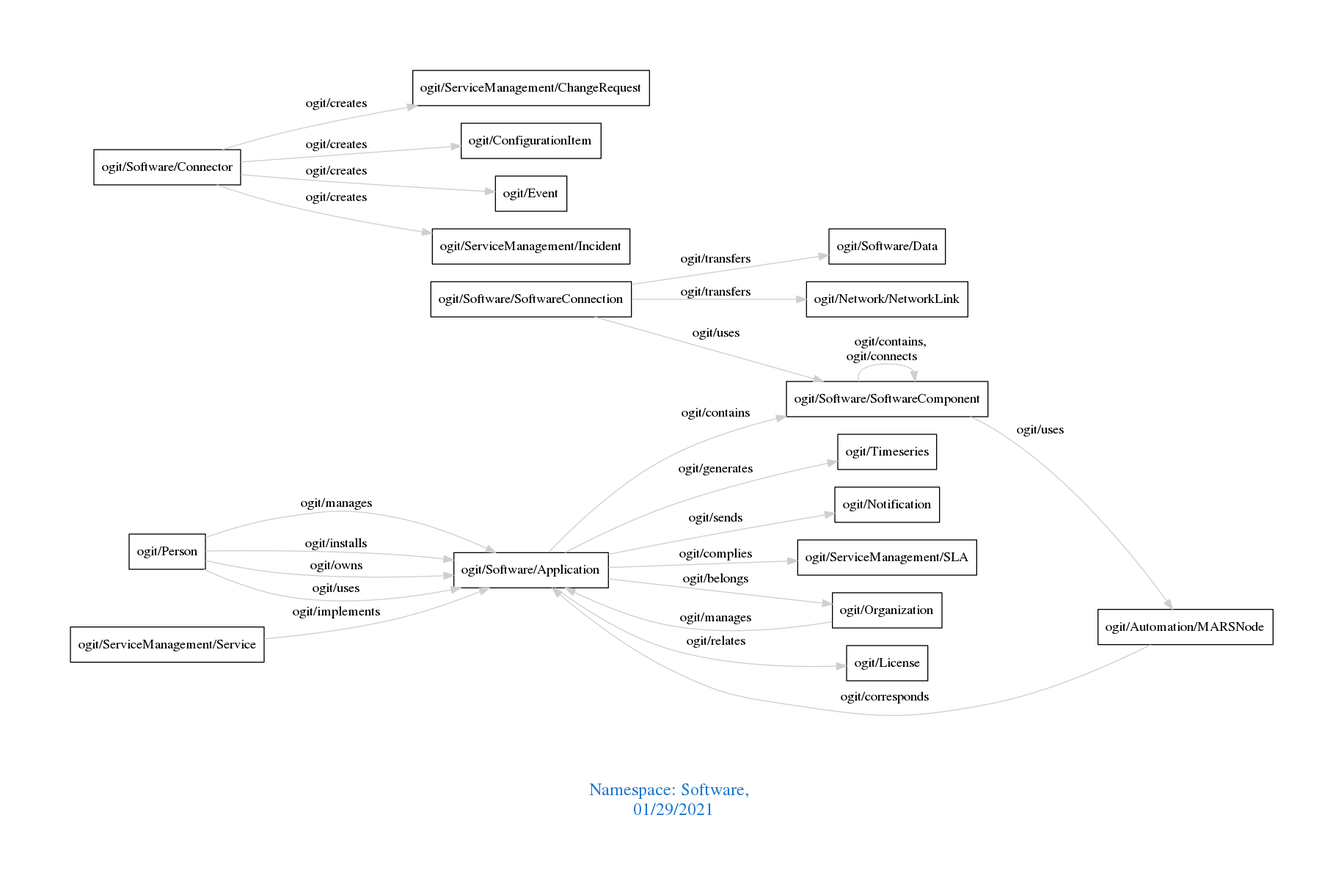
This is downloads/Software.png from arago/OGIT, a Graphviz export, as it was before one commit. Its source is kept beside it as downloads/Software.dot.
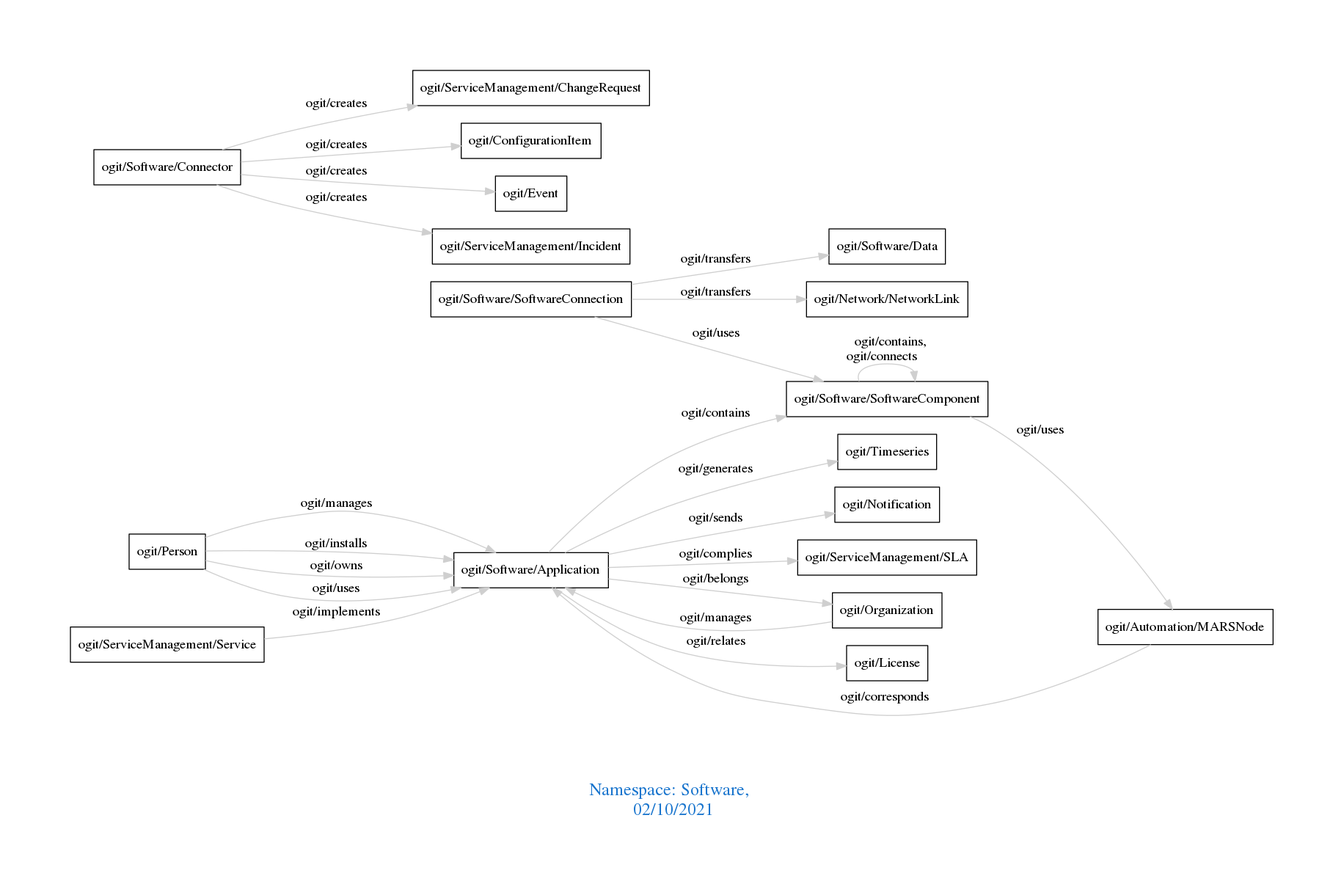
The same diagram one commit later.

What changed in the source:
```diff
@@ -1,7 +1,7 @@
 digraph OGIT_ontology {
  graph [ rankdir= LR,pad=1
 fontsize = 18,
-fontcolor= dodgerblue3,label = "\n\n\nNamespace: Software, \n 01/29/2021"];
+fontcolor= dodgerblue3,label = "\n\n\nNamespace: Software, \n 02/10/2021"];
 node[shape=polygon];
 edge [  color="gray81"];
 
```
